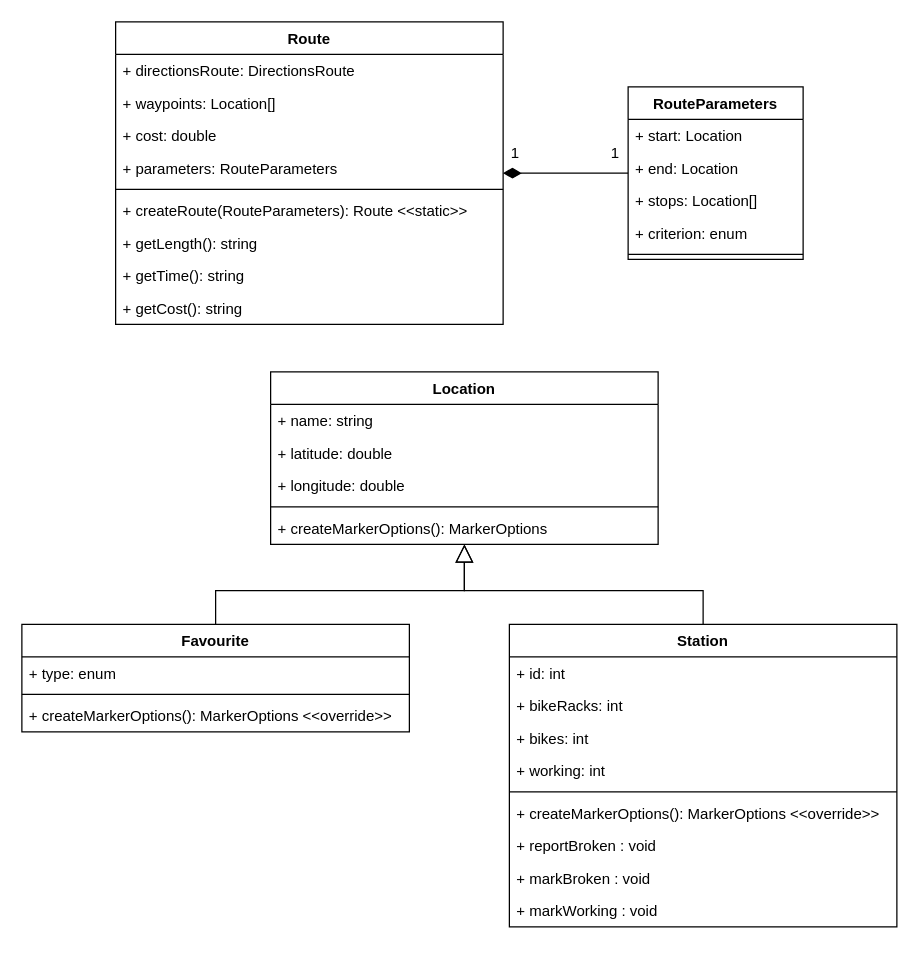
The draw.io diagram diagramy/diagramklas.drawio in Freeturilo/FreeturiloDocumentation, before the edit. Source tidied: cells renumbered, new cells numbered last; positions are measured from the earlier drawing's top-left corner, leaving out a move shared by most shapes. Both pictures are drawn from the tidied source at 125%, with x=0, y=0 at pixel (21, 21).
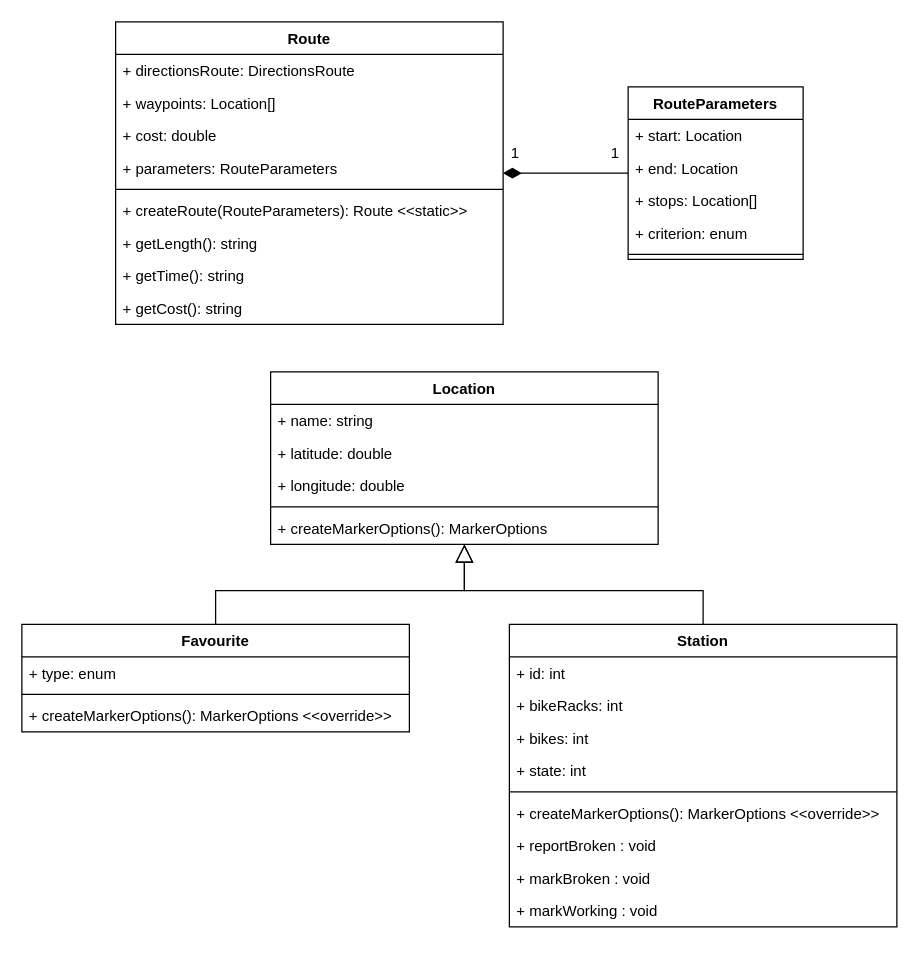
After the change.

The change refers to these unchanged cells:
```xml
<mxCell id="9" value="Station" style="swimlane;fontStyle=1;align=center;verticalAlign=top;horizontal=1;startSize=26;" parent="1" vertex="1">
  <mxGeometry x="390" y="482" width="310" height="242" as="geometry" />
</mxCell>
```

Diff of the diagram source:
```diff
@@
-    <mxCell id="13" value="+ working: int" style="text;strokeColor=none;fillColor=none;align=left;verticalAlign=top;spacingLeft=4;spacingRight=4;overflow=hidden;" parent="9" vertex="1">
+    <mxCell id="13" value="+ state: int" style="text;strokeColor=none;fillColor=none;align=left;verticalAlign=top;spacingLeft=4;spacingRight=4;overflow=hidden;" parent="9" vertex="1">
       <mxGeometry y="104" width="310" height="26" as="geometry" />
     </mxCell>
```
